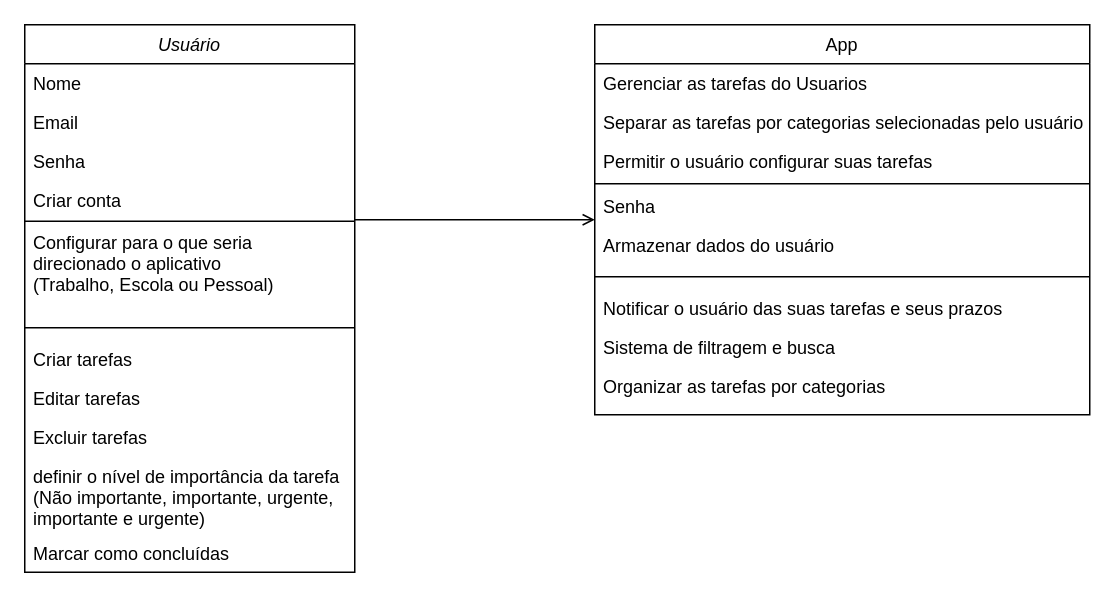
The draw.io diagram Diagrama sem nome.drawio in Lotharzin/Sistema-de-gerenciamento-de-tarefas, before the edit. Source tidied: cells renumbered, new cells numbered last; positions are measured from the earlier drawing's top-left corner, leaving out a move shared by most shapes. Both pictures are drawn from the tidied source at 150%, with x=0, y=0 at pixel (24, 24).
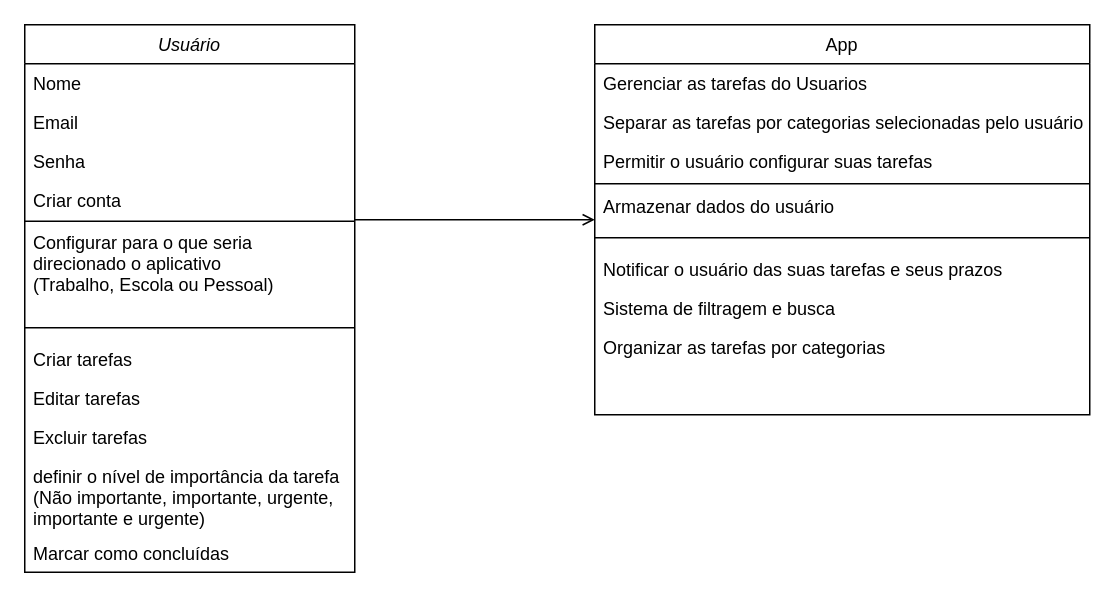
After the change.

The change refers to these unchanged cells:
```xml
<mxCell id="15" value="App" style="swimlane;fontStyle=0;align=center;verticalAlign=top;horizontal=1;startSize=26;rounded=0;shadow=0;strokeWidth=1;" parent="1" vertex="1">
  <mxGeometry x="380" width="330" height="260" as="geometry" />
</mxCell>
```

Diff of the diagram source:
```diff
@@
-    <mxCell id="20" value="Senha" style="text;align=left;verticalAlign=top;spacingLeft=4;spacingRight=4;overflow=hidden;rounded=0;shadow=0;html=0;" parent="15" vertex="1">
-      <mxGeometry y="108" width="330" height="26" as="geometry" />
-    </mxCell>
     <mxCell id="21" value="Armazenar dados do usuário" style="text;align=left;verticalAlign=top;spacingLeft=4;spacingRight=4;overflow=hidden;rounded=0;shadow=0;html=0;" parent="15" vertex="1">
-      <mxGeometry y="134" width="330" height="26" as="geometry" />
+      <mxGeometry y="108" width="330" height="26" as="geometry" />
     </mxCell>
     <mxCell id="22" style="line;html=1;strokeWidth=1;align=left;verticalAlign=middle;spacingTop=-1;spacingLeft=3;spacingRight=3;labelPosition=right;" parent="15" vertex="1">
-      <mxGeometry y="160" width="330" height="16" as="geometry" />
+      <mxGeometry y="134" width="330" height="16" as="geometry" />
     </mxCell>
     <mxCell id="23" value="Notificar o usuário das suas tarefas e seus prazos" style="text;align=left;verticalAlign=top;spacingLeft=4;spacingRight=4;overflow=hidden;rounded=0;shadow=0;html=0;" parent="15" vertex="1">
-      <mxGeometry y="176" width="330" height="26" as="geometry" />
+      <mxGeometry y="150" width="330" height="26" as="geometry" />
     </mxCell>
     <mxCell id="24" value="Sistema de filtragem e busca" style="text;align=left;verticalAlign=top;spacingLeft=4;spacingRight=4;overflow=hidden;rounded=0;shadow=0;html=0;" parent="15" vertex="1">
-      <mxGeometry y="202" width="330" height="26" as="geometry" />
+      <mxGeometry y="176" width="330" height="26" as="geometry" />
     </mxCell>
     <mxCell id="25" value="Organizar as tarefas por categorias  " style="text;align=left;verticalAlign=top;spacingLeft=4;spacingRight=4;overflow=hidden;rounded=0;shadow=0;html=0;" parent="15" vertex="1">
-      <mxGeometry y="228" width="330" height="26" as="geometry" />
+      <mxGeometry y="202" width="330" height="26" as="geometry" />
     </mxCell>
```
